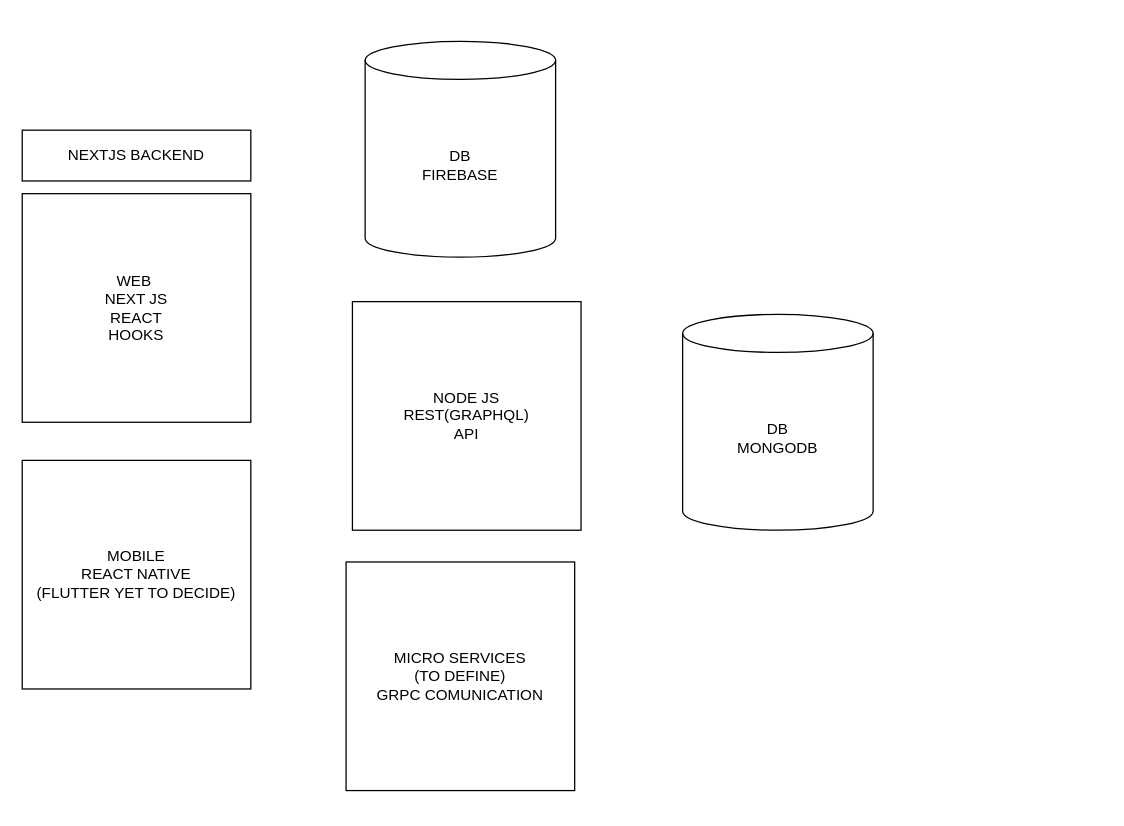
Above: page "React Alternative" (1 of 2) of diagrams/GYM_STACK.drawio in emanulz/gym_ctl_planner (draw.io), before the change. Source tidied: cells renumbered, new cells numbered last; positions are measured from the earlier drawing's top-left corner, leaving out a move shared by most shapes. Both pictures are drawn from the tidied source at 127%, with x=0, y=0 at pixel (22, 41).
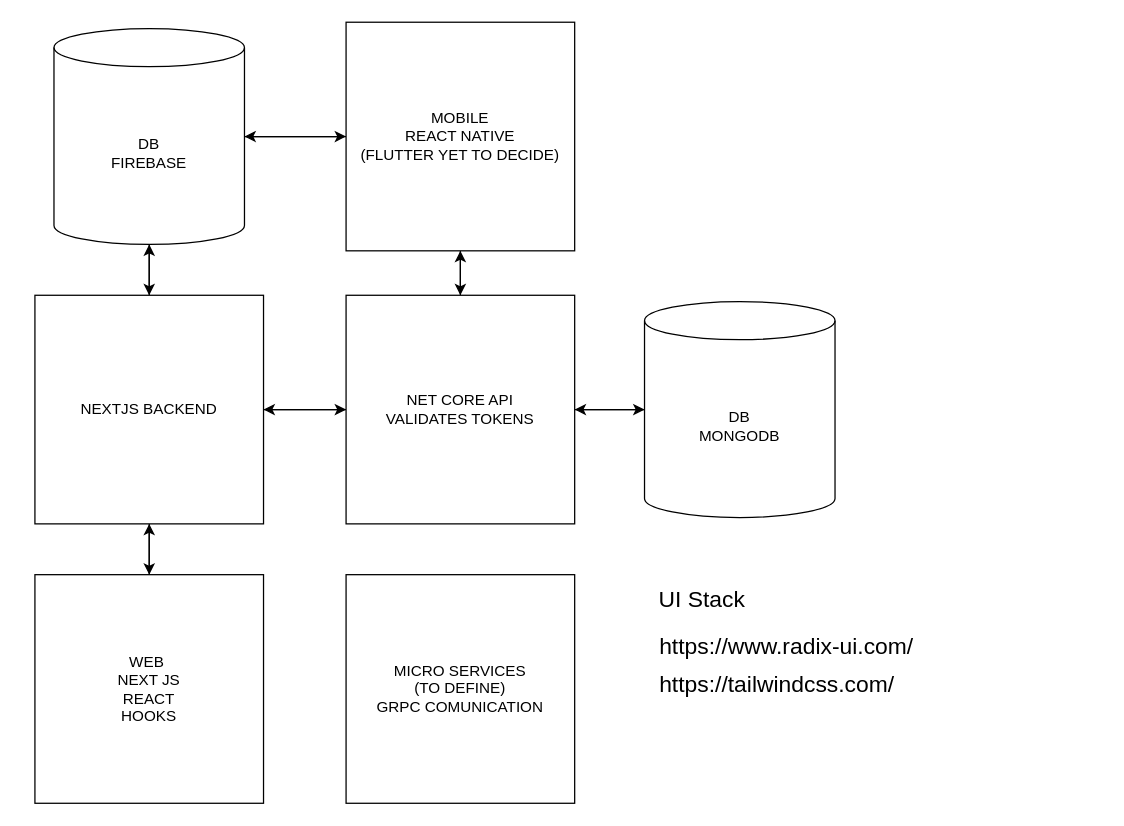
The same diagram, later.

What changed in the source:
```diff
@@
-    <mxCell id="2" value="NODE JS&lt;br&gt;REST(GRAPHQL)&lt;br&gt;API" style="whiteSpace=wrap;html=1;" parent="1" vertex="1">
-      <mxGeometry x="260" y="205" width="180" height="180" as="geometry" />
-    </mxCell>
+    <mxCell id="9" style="edgeStyle=orthogonalEdgeStyle;rounded=0;jettySize=auto;html=1;exitX=0.5;exitY=0;exitDx=0;exitDy=0;entryX=0.5;entryY=1;entryDx=0;entryDy=0;fontSize=18;" parent="1" edge="1" source="3" target="6">
+      <mxGeometry relative="1" as="geometry" />
+    </mxCell>
     <mxCell id="3" value="WEB&amp;nbsp;&lt;br&gt;NEXT JS&lt;br&gt;REACT&lt;br&gt;HOOKS" style="whiteSpace=wrap;html=1;" parent="1" vertex="1">
-      <mxGeometry y="120" width="180" height="180" as="geometry" />
+      <mxGeometry x="10" y="420" width="180" height="180" as="geometry" />
     </mxCell>
+    <mxCell id="10" style="edgeStyle=orthogonalEdgeStyle;rounded=0;jettySize=auto;html=1;exitX=0;exitY=0.5;exitDx=0;exitDy=0;entryX=1;entryY=0.5;entryDx=0;entryDy=0;entryPerimeter=0;fontSize=18;" parent="1" edge="1" source="4" target="5">
+      <mxGeometry relative="1" as="geometry" />
+    </mxCell>
+    <mxCell id="11" style="edgeStyle=orthogonalEdgeStyle;rounded=0;jettySize=auto;html=1;exitX=0.5;exitY=1;exitDx=0;exitDy=0;entryX=0.5;entryY=0;entryDx=0;entryDy=0;fontSize=18;" parent="1" edge="1" source="4" target="24">
+      <mxGeometry relative="1" as="geometry" />
+    </mxCell>
     <mxCell id="4" value="MOBILE&lt;br&gt;REACT NATIVE&lt;br&gt;(FLUTTER YET TO DECIDE)" style="whiteSpace=wrap;html=1;" parent="1" vertex="1">
-      <mxGeometry y="330" width="180" height="180" as="geometry" />
+      <mxGeometry x="255" y="-15" width="180" height="180" as="geometry" />
     </mxCell>
+    <mxCell id="12" style="edgeStyle=orthogonalEdgeStyle;rounded=0;jettySize=auto;html=1;exitX=0.5;exitY=1;exitDx=0;exitDy=0;exitPerimeter=0;entryX=0.5;entryY=0;entryDx=0;entryDy=0;fontSize=18;" parent="1" edge="1" source="5" target="6">
+      <mxGeometry relative="1" as="geometry" />
+    </mxCell>
+    <mxCell id="13" style="edgeStyle=orthogonalEdgeStyle;rounded=0;jettySize=auto;html=1;exitX=1;exitY=0.5;exitDx=0;exitDy=0;exitPerimeter=0;entryX=0;entryY=0.5;entryDx=0;entryDy=0;fontSize=18;" parent="1" edge="1" source="5" target="4">
+      <mxGeometry relative="1" as="geometry" />
+    </mxCell>
     <mxCell id="5" value="DB&lt;br&gt;FIREBASE" style="shape=cylinder3;whiteSpace=wrap;html=1;boundedLbl=1;backgroundOutline=1;size=15;" parent="1" vertex="1">
-      <mxGeometry x="270" width="150" height="170" as="geometry" />
+      <mxGeometry x="25" y="-10" width="150" height="170" as="geometry" />
     </mxCell>
+    <mxCell id="14" style="edgeStyle=orthogonalEdgeStyle;rounded=0;jettySize=auto;html=1;exitX=0.5;exitY=0;exitDx=0;exitDy=0;entryX=0.5;entryY=1;entryDx=0;entryDy=0;entryPerimeter=0;fontSize=18;" parent="1" edge="1" source="6" target="5">
+      <mxGeometry relative="1" as="geometry" />
+    </mxCell>
+    <mxCell id="15" style="edgeStyle=orthogonalEdgeStyle;rounded=0;jettySize=auto;html=1;exitX=1;exitY=0.5;exitDx=0;exitDy=0;entryX=0;entryY=0.5;entryDx=0;entryDy=0;fontSize=18;" parent="1" edge="1" source="6" target="24">
+      <mxGeometry relative="1" as="geometry" />
+    </mxCell>
+    <mxCell id="16" style="edgeStyle=orthogonalEdgeStyle;rounded=0;jettySize=auto;html=1;exitX=0.5;exitY=1;exitDx=0;exitDy=0;entryX=0.5;entryY=0;entryDx=0;entryDy=0;fontSize=18;" parent="1" edge="1" source="6" target="3">
+      <mxGeometry relative="1" as="geometry" />
+    </mxCell>
     <mxCell id="6" value="NEXTJS BACKEND" style="rounded=0;whiteSpace=wrap;html=1;" parent="1" vertex="1">
-      <mxGeometry y="70" width="180" height="40" as="geometry" />
+      <mxGeometry x="10" y="200" width="180" height="180" as="geometry" />
     </mxCell>
+    <mxCell id="17" style="edgeStyle=orthogonalEdgeStyle;rounded=0;jettySize=auto;html=1;exitX=0;exitY=0.5;exitDx=0;exitDy=0;exitPerimeter=0;entryX=1;entryY=0.5;entryDx=0;entryDy=0;fontSize=18;" parent="1" edge="1" source="7" target="24">
+      <mxGeometry relative="1" as="geometry" />
+    </mxCell>
     <mxCell id="7" value="DB&lt;br&gt;MONGODB" style="shape=cylinder3;whiteSpace=wrap;html=1;boundedLbl=1;backgroundOutline=1;size=15;" parent="1" vertex="1">
-      <mxGeometry x="520" y="215" width="150" height="170" as="geometry" />
+      <mxGeometry x="490" y="205" width="150" height="170" as="geometry" />
     </mxCell>
     <mxCell id="8" value="MICRO SERVICES&lt;br&gt;(TO DEFINE)&lt;br&gt;GRPC COMUNICATION" style="whiteSpace=wrap;html=1;" parent="1" vertex="1">
-      <mxGeometry x="255" y="410" width="180" height="180" as="geometry" />
+      <mxGeometry x="255" y="420" width="180" height="180" as="geometry" />
     </mxCell>
+    <mxCell id="18" value="https://www.radix-ui.com/" style="text;whiteSpace=wrap;html=1;fontSize=18;" parent="1" vertex="1">
+      <mxGeometry x="500" y="460" width="350" height="40" as="geometry" />
+    </mxCell>
+    <mxCell id="19" value="UI Stack" style="text;html=1;align=center;verticalAlign=middle;strokeColor=none;fillColor=none;fontSize=18;" parent="1" vertex="1">
+      <mxGeometry x="490" y="420" width="90" height="40" as="geometry" />
+    </mxCell>
+    <mxCell id="20" value="https://tailwindcss.com/" style="text;whiteSpace=wrap;html=1;fontSize=18;" parent="1" vertex="1">
+      <mxGeometry x="500" y="490" width="350" height="40" as="geometry" />
+    </mxCell>
+    <mxCell id="21" style="edgeStyle=orthogonalEdgeStyle;rounded=0;jettySize=auto;html=1;exitX=1;exitY=0.5;exitDx=0;exitDy=0;entryX=0;entryY=0.5;entryDx=0;entryDy=0;entryPerimeter=0;fontSize=18;" parent="1" edge="1" source="24" target="7">
+      <mxGeometry relative="1" as="geometry" />
+    </mxCell>
+    <mxCell id="22" style="edgeStyle=orthogonalEdgeStyle;rounded=0;jettySize=auto;html=1;exitX=0.5;exitY=0;exitDx=0;exitDy=0;entryX=0.5;entryY=1;entryDx=0;entryDy=0;fontSize=18;" parent="1" edge="1" source="24" target="4">
+      <mxGeometry relative="1" as="geometry" />
+    </mxCell>
+    <mxCell id="23" style="edgeStyle=orthogonalEdgeStyle;rounded=0;jettySize=auto;html=1;exitX=0;exitY=0.5;exitDx=0;exitDy=0;entryX=1;entryY=0.5;entryDx=0;entryDy=0;fontSize=18;" parent="1" edge="1" source="24" target="6">
+      <mxGeometry relative="1" as="geometry" />
+    </mxCell>
+    <mxCell id="24" value="NET CORE API&lt;br&gt;VALIDATES TOKENS" style="whiteSpace=wrap;html=1;" parent="1" vertex="1">
+      <mxGeometry x="255" y="200" width="180" height="180" as="geometry" />
+    </mxCell>
```
